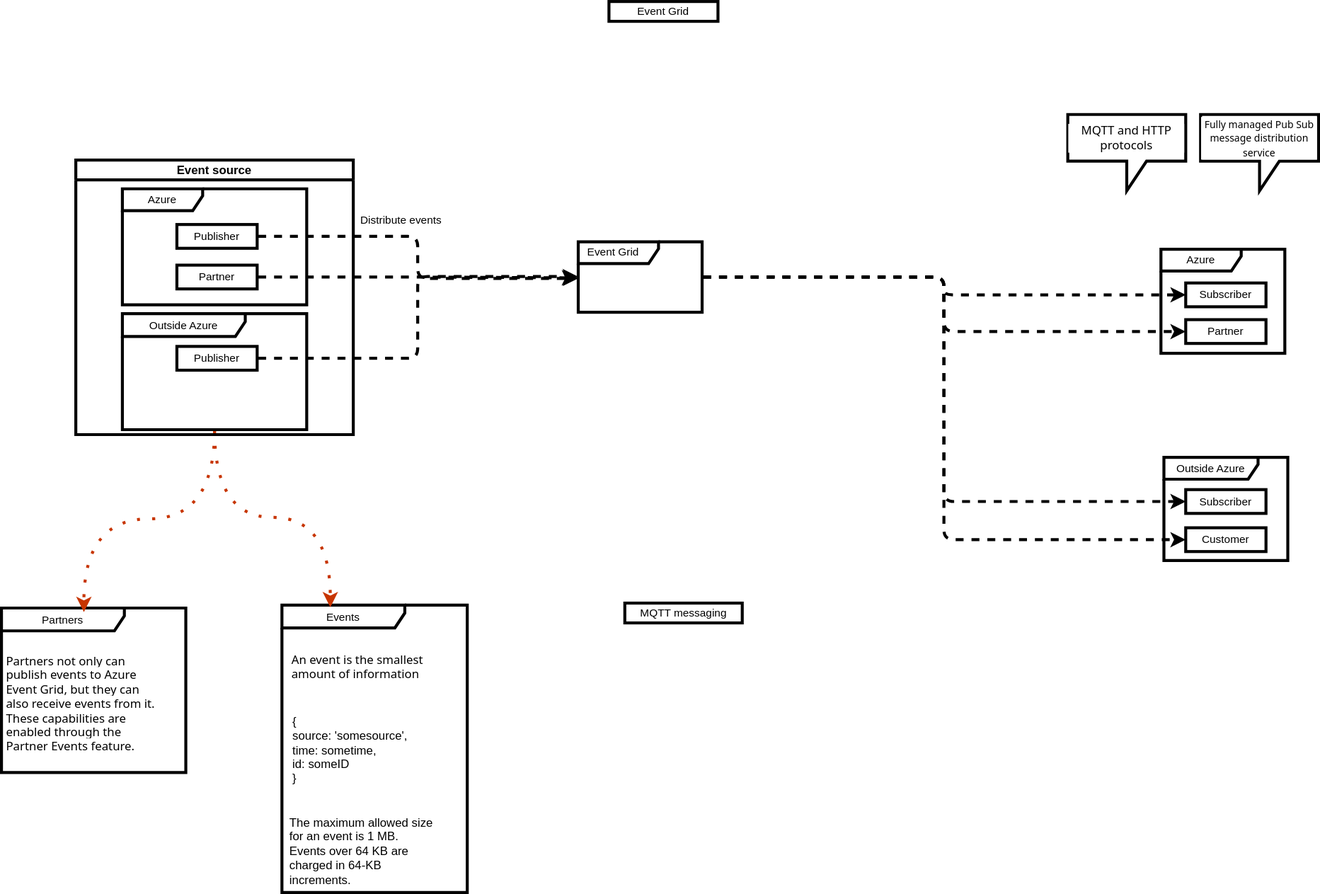
The draw.io diagram azure/fundamentals/event-grid.drawio.svg in sunnybharne/draw.io, before a commit. Source tidied: cells renumbered, new cells last; positions are measured from the earlier drawing's top-left corner, leaving out a move shared by most shapes.
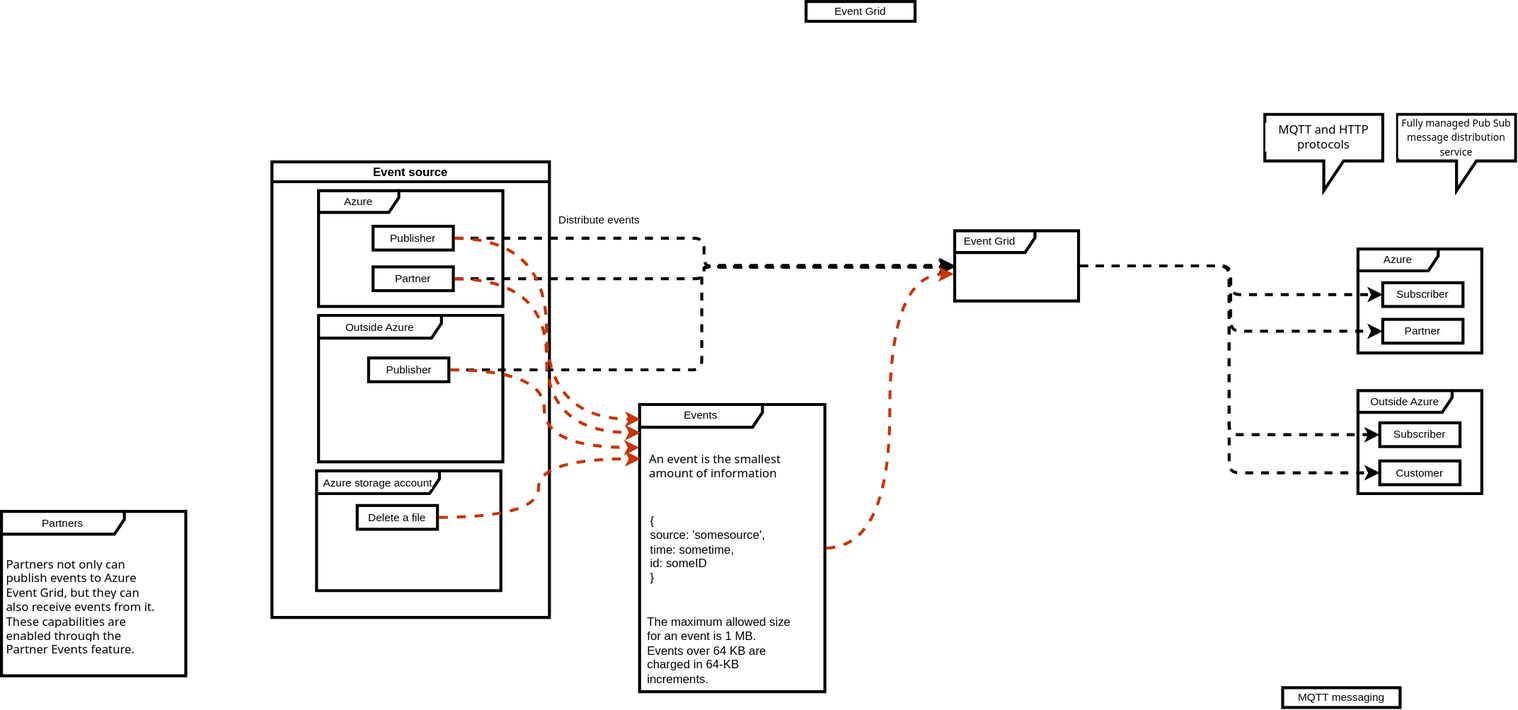
After the change.

Change to the diagram source:
```diff
@@ -27,37 +27,19 @@
       <mxGeometry x="1076" y="114" width="119" height="77" as="geometry" />
     </mxCell>
     <mxCell id="10" value="MQTT messaging" style="html=1;whiteSpace=wrap;fontFamily=Helvetica;fontSize=11;fontColor=default;labelBackgroundColor=default;strokeWidth=3;" parent="1" vertex="1">
-      <mxGeometry x="629" y="607" width="118.5" height="20" as="geometry" />
+      <mxGeometry x="1094" y="693" width="118.5" height="20" as="geometry" />
     </mxCell>
     <mxCell id="11" style="edgeStyle=orthogonalEdgeStyle;shape=connector;curved=0;rounded=1;jettySize=auto;html=1;entryX=-0.001;entryY=0.52;entryDx=0;entryDy=0;entryPerimeter=0;strokeColor=default;strokeWidth=3;align=center;verticalAlign=middle;fontFamily=Helvetica;fontSize=11;fontColor=default;labelBackgroundColor=default;endArrow=classic;flowAnimation=1;" parent="1" edge="1" source="32" target="37">
       <mxGeometry relative="1" as="geometry" />
     </mxCell>
-    <mxCell id="12" value="Azure" style="shape=umlFrame;whiteSpace=wrap;html=1;fontFamily=Helvetica;fontSize=11;fontColor=default;labelBackgroundColor=default;strokeWidth=3;width=81;height=22;" parent="1" vertex="1">
-      <mxGeometry x="1170" y="250" width="125" height="105" as="geometry" />
-    </mxCell>
-    <mxCell id="13" value="Outside Azure" style="shape=umlFrame;whiteSpace=wrap;html=1;fontFamily=Helvetica;fontSize=11;fontColor=default;labelBackgroundColor=default;strokeWidth=3;width=95;height=22;" parent="1" vertex="1">
-      <mxGeometry x="1173" y="460" width="125" height="104" as="geometry" />
-    </mxCell>
-    <mxCell id="14" value="Subscriber" style="rounded=0;whiteSpace=wrap;html=1;fontFamily=Helvetica;fontSize=11;fontColor=default;labelBackgroundColor=default;strokeWidth=3;" parent="1" vertex="1">
-      <mxGeometry x="1195" y="284" width="81" height="24" as="geometry" />
-    </mxCell>
-    <mxCell id="15" value="Subscriber" style="rounded=0;whiteSpace=wrap;html=1;fontFamily=Helvetica;fontSize=11;fontColor=default;labelBackgroundColor=default;strokeWidth=3;" parent="1" vertex="1">
-      <mxGeometry x="1195" y="492.5" width="81" height="24" as="geometry" />
-    </mxCell>
-    <mxCell id="16" value="Customer" style="rounded=0;whiteSpace=wrap;html=1;fontFamily=Helvetica;fontSize=11;fontColor=default;labelBackgroundColor=default;strokeWidth=3;" parent="1" vertex="1">
-      <mxGeometry x="1195" y="531" width="81" height="24" as="geometry" />
-    </mxCell>
     <mxCell id="17" style="edgeStyle=orthogonalEdgeStyle;shape=connector;curved=0;rounded=1;jettySize=auto;html=1;entryX=-0.009;entryY=0.512;entryDx=0;entryDy=0;entryPerimeter=0;strokeColor=default;strokeWidth=3;align=center;verticalAlign=middle;fontFamily=Helvetica;fontSize=11;fontColor=default;labelBackgroundColor=default;endArrow=classic;flowAnimation=1;" parent="1" edge="1" source="33" target="37">
       <mxGeometry relative="1" as="geometry" />
     </mxCell>
-    <mxCell id="18" value="Partner" style="rounded=0;whiteSpace=wrap;html=1;fontFamily=Helvetica;fontSize=11;fontColor=default;labelBackgroundColor=default;strokeWidth=3;" parent="1" vertex="1">
-      <mxGeometry x="1195" y="321" width="81" height="24" as="geometry" />
-    </mxCell>
     <mxCell id="19" style="edgeStyle=orthogonalEdgeStyle;shape=connector;curved=0;rounded=1;jettySize=auto;html=1;entryX=-0.002;entryY=0.493;entryDx=0;entryDy=0;entryPerimeter=0;strokeColor=default;strokeWidth=3;align=center;verticalAlign=middle;fontFamily=Helvetica;fontSize=11;fontColor=default;labelBackgroundColor=default;endArrow=classic;flowAnimation=1;" parent="1" edge="1" source="35" target="37">
       <mxGeometry relative="1" as="geometry" />
     </mxCell>
     <mxCell id="20" style="group;" parent="1" vertex="1">
-      <mxGeometry y="612" width="186" height="166" as="geometry" />
+      <mxGeometry x="-199" y="515" width="186" height="166" as="geometry" />
     </mxCell>
     <mxCell id="21" value="Partners" style="shape=umlFrame;whiteSpace=wrap;html=1;fontFamily=Helvetica;fontSize=11;fontColor=default;labelBackgroundColor=default;strokeWidth=3;width=124;height=23;" parent="20" vertex="1">
       <mxGeometry width="186" height="166" as="geometry" />
@@ -66,7 +48,7 @@
       <mxGeometry x="3" y="40" width="162" height="112" as="geometry" />
     </mxCell>
     <mxCell id="23" style="group;" parent="1" vertex="1">
-      <mxGeometry x="283" y="609" width="200" height="290" as="geometry" />
+      <mxGeometry x="445" y="407" width="200" height="290" as="geometry" />
     </mxCell>
     <mxCell id="24" value="Events" style="shape=umlFrame;whiteSpace=wrap;html=1;fontFamily=Helvetica;fontSize=11;fontColor=default;labelBackgroundColor=default;strokeWidth=3;width=124;height=23;" parent="23" vertex="1">
       <mxGeometry width="187" height="290" as="geometry" />
@@ -80,14 +62,8 @@
     <mxCell id="27" value="&lt;span style=&quot;caret-color: rgb(230, 230, 230); background-color: rgb(255, 255, 255);&quot;&gt;&lt;font face=&quot;Helvetica&quot; style=&quot;font-size: 12px;&quot;&gt;The maximum allowed size for an event is 1 MB. Events over 64 KB are charged in 64-KB increments.&lt;/font&gt;&lt;/span&gt;" style="text;whiteSpace=wrap;html=1;fontFamily=Helvetica;fontSize=11;fontColor=default;labelBackgroundColor=default;" parent="23" vertex="1">
       <mxGeometry x="6" y="205.9" width="151" height="60.7" as="geometry" />
     </mxCell>
-    <mxCell id="28" style="edgeStyle=orthogonalEdgeStyle;shape=connector;curved=1;rounded=0;jettySize=auto;html=1;entryX=0.261;entryY=0.008;entryDx=0;entryDy=0;entryPerimeter=0;strokeColor=#C73500;strokeWidth=3;align=center;verticalAlign=top;fontFamily=Helvetica;fontSize=11;fontColor=default;labelBackgroundColor=default;endArrow=classic;flowAnimation=1;dashed=1;dashPattern=1 4;fillColor=#fa6800;" parent="1" edge="1" source="34" target="24">
-      <mxGeometry relative="1" as="geometry" />
-    </mxCell>
-    <mxCell id="29" style="edgeStyle=orthogonalEdgeStyle;shape=connector;curved=1;rounded=0;jettySize=auto;html=1;entryX=0.447;entryY=0.025;entryDx=0;entryDy=0;entryPerimeter=0;strokeColor=#C73500;strokeWidth=3;align=center;verticalAlign=top;fontFamily=Helvetica;fontSize=11;fontColor=default;labelBackgroundColor=default;endArrow=classic;flowAnimation=1;dashed=1;dashPattern=1 4;fillColor=#fa6800;" parent="1" edge="1" source="34" target="21">
-      <mxGeometry relative="1" as="geometry" />
-    </mxCell>
     <mxCell id="30" value="Event source" style="swimlane;startSize=20;horizontal=1;horizontalTree=0;sortEdges=1;containerType=tree;fontSize=12;strokeWidth=3;" parent="1" vertex="1">
-      <mxGeometry x="75" y="160" width="280" height="277" as="geometry" />
+      <mxGeometry x="74" y="162" width="280" height="460" as="geometry" />
     </mxCell>
     <mxCell id="31" value="Azure" style="shape=umlFrame;whiteSpace=wrap;html=1;fontFamily=Helvetica;fontSize=11;fontColor=default;labelBackgroundColor=default;strokeWidth=3;width=81;height=22;" parent="30" vertex="1">
       <mxGeometry x="47" y="29" width="186" height="117" as="geometry" />
@@ -99,13 +75,19 @@
       <mxGeometry x="102" y="106" width="81" height="24" as="geometry" />
     </mxCell>
     <mxCell id="34" value="Outside Azure" style="shape=umlFrame;whiteSpace=wrap;html=1;fontFamily=Helvetica;fontSize=11;fontColor=default;labelBackgroundColor=default;strokeWidth=3;width=124;height=23;" parent="30" vertex="1">
-      <mxGeometry x="47" y="155" width="186" height="117" as="geometry" />
+      <mxGeometry x="47" y="155" width="186" height="148" as="geometry" />
     </mxCell>
     <mxCell id="35" value="Publisher" style="rounded=0;whiteSpace=wrap;html=1;fontFamily=Helvetica;fontSize=11;fontColor=default;labelBackgroundColor=default;strokeWidth=3;" parent="30" vertex="1">
-      <mxGeometry x="102" y="188" width="81" height="24" as="geometry" />
+      <mxGeometry x="97.5" y="198" width="81" height="24" as="geometry" />
     </mxCell>
+    <mxCell id="39" value="Azure storage account" style="shape=umlFrame;whiteSpace=wrap;html=1;fontFamily=Helvetica;fontSize=11;fontColor=default;labelBackgroundColor=default;strokeWidth=3;width=124;height=23;" parent="30" vertex="1">
+      <mxGeometry x="45" y="312" width="186" height="121" as="geometry" />
+    </mxCell>
+    <mxCell id="40" value="Delete a file" style="rounded=0;whiteSpace=wrap;html=1;fontFamily=Helvetica;fontSize=11;fontColor=default;labelBackgroundColor=default;strokeWidth=3;" parent="30" vertex="1">
+      <mxGeometry x="86" y="347" width="81" height="24" as="geometry" />
+    </mxCell>
     <mxCell id="36" style="group;" parent="1" vertex="1">
-      <mxGeometry x="582" y="240" width="125" height="73.5" as="geometry" />
+      <mxGeometry x="763" y="229" width="125" height="73.5" as="geometry" />
     </mxCell>
     <mxCell id="37" style="shape=umlFrame;whiteSpace=wrap;html=1;fontFamily=Helvetica;fontSize=11;fontColor=default;labelBackgroundColor=default;strokeWidth=3;width=81;height=22;" parent="36" vertex="1">
       <mxGeometry y="2.5" width="125" height="71" as="geometry" />
@@ -113,5 +95,44 @@
     <mxCell id="38" value="Event Grid" style="text;html=1;align=center;verticalAlign=middle;strokeColor=none;fillColor=none;fontFamily=Helvetica;fontSize=11;fontColor=default;labelBackgroundColor=default;" parent="36" vertex="1">
       <mxGeometry width="70" height="25" as="geometry" />
     </mxCell>
+    <mxCell id="41" style="group;" parent="1" vertex="1">
+      <mxGeometry x="1170" y="250" width="125" height="105" as="geometry" />
+    </mxCell>
+    <mxCell id="12" value="Azure" style="shape=umlFrame;whiteSpace=wrap;html=1;fontFamily=Helvetica;fontSize=11;fontColor=default;labelBackgroundColor=default;strokeWidth=3;width=81;height=22;" parent="41" vertex="1">
+      <mxGeometry width="125" height="105" as="geometry" />
+    </mxCell>
+    <mxCell id="14" value="Subscriber" style="rounded=0;whiteSpace=wrap;html=1;fontFamily=Helvetica;fontSize=11;fontColor=default;labelBackgroundColor=default;strokeWidth=3;" parent="41" vertex="1">
+      <mxGeometry x="25" y="34" width="81" height="24" as="geometry" />
+    </mxCell>
+    <mxCell id="18" value="Partner" style="rounded=0;whiteSpace=wrap;html=1;fontFamily=Helvetica;fontSize=11;fontColor=default;labelBackgroundColor=default;strokeWidth=3;" parent="41" vertex="1">
+      <mxGeometry x="25" y="71" width="81" height="24" as="geometry" />
+    </mxCell>
+    <mxCell id="42" style="group;" parent="1" vertex="1">
+      <mxGeometry x="1170" y="393" width="125" height="104" as="geometry" />
+    </mxCell>
+    <mxCell id="13" value="Outside Azure" style="shape=umlFrame;whiteSpace=wrap;html=1;fontFamily=Helvetica;fontSize=11;fontColor=default;labelBackgroundColor=default;strokeWidth=3;width=95;height=22;" parent="42" vertex="1">
+      <mxGeometry width="125" height="104" as="geometry" />
+    </mxCell>
+    <mxCell id="15" value="Subscriber" style="rounded=0;whiteSpace=wrap;html=1;fontFamily=Helvetica;fontSize=11;fontColor=default;labelBackgroundColor=default;strokeWidth=3;" parent="42" vertex="1">
+      <mxGeometry x="22" y="32.5" width="81" height="24" as="geometry" />
+    </mxCell>
+    <mxCell id="16" value="Customer" style="rounded=0;whiteSpace=wrap;html=1;fontFamily=Helvetica;fontSize=11;fontColor=default;labelBackgroundColor=default;strokeWidth=3;" parent="42" vertex="1">
+      <mxGeometry x="22" y="71" width="81" height="24" as="geometry" />
+    </mxCell>
+    <mxCell id="43" style="edgeStyle=orthogonalEdgeStyle;shape=connector;curved=1;rounded=0;jettySize=auto;html=1;entryX=0.005;entryY=0.189;entryDx=0;entryDy=0;entryPerimeter=0;dashed=1;strokeColor=#C73500;strokeWidth=3;align=center;verticalAlign=top;fontFamily=Helvetica;fontSize=11;fontColor=default;labelBackgroundColor=default;elbow=vertical;endArrow=classic;flowAnimation=1;fillColor=#fa6800;" parent="1" edge="1" source="40" target="24">
+      <mxGeometry relative="1" as="geometry" />
+    </mxCell>
+    <mxCell id="44" style="edgeStyle=orthogonalEdgeStyle;shape=connector;curved=1;rounded=0;jettySize=auto;html=1;entryX=-0.001;entryY=0.15;entryDx=0;entryDy=0;entryPerimeter=0;dashed=1;strokeColor=#C73500;strokeWidth=3;align=center;verticalAlign=top;fontFamily=Helvetica;fontSize=11;fontColor=default;labelBackgroundColor=default;elbow=vertical;endArrow=classic;flowAnimation=1;fillColor=#fa6800;" parent="1" edge="1" source="35" target="24">
+      <mxGeometry relative="1" as="geometry" />
+    </mxCell>
+    <mxCell id="45" style="edgeStyle=orthogonalEdgeStyle;shape=connector;curved=1;rounded=0;jettySize=auto;html=1;entryX=0.005;entryY=0.098;entryDx=0;entryDy=0;entryPerimeter=0;dashed=1;strokeColor=#C73500;strokeWidth=3;align=center;verticalAlign=top;fontFamily=Helvetica;fontSize=11;fontColor=default;labelBackgroundColor=default;elbow=vertical;endArrow=classic;flowAnimation=1;fillColor=#fa6800;" parent="1" edge="1" source="33" target="24">
+      <mxGeometry relative="1" as="geometry" />
+    </mxCell>
+    <mxCell id="46" style="edgeStyle=orthogonalEdgeStyle;shape=connector;curved=1;rounded=0;jettySize=auto;html=1;entryX=0.005;entryY=0.051;entryDx=0;entryDy=0;entryPerimeter=0;dashed=1;strokeColor=#C73500;strokeWidth=3;align=center;verticalAlign=top;fontFamily=Helvetica;fontSize=11;fontColor=default;labelBackgroundColor=default;elbow=vertical;endArrow=classic;flowAnimation=1;fillColor=#fa6800;" parent="1" edge="1" source="32" target="24">
+      <mxGeometry relative="1" as="geometry" />
+    </mxCell>
+    <mxCell id="47" style="edgeStyle=orthogonalEdgeStyle;shape=connector;curved=1;rounded=0;jettySize=auto;html=1;entryX=-0.008;entryY=0.616;entryDx=0;entryDy=0;entryPerimeter=0;dashed=1;strokeColor=#C73500;strokeWidth=3;align=center;verticalAlign=top;fontFamily=Helvetica;fontSize=11;fontColor=default;labelBackgroundColor=default;elbow=vertical;endArrow=classic;flowAnimation=1;fillColor=#fa6800;" parent="1" edge="1" source="24" target="37">
+      <mxGeometry relative="1" as="geometry" />
+    </mxCell>
   </root>
 </mxGraphModel>
```
